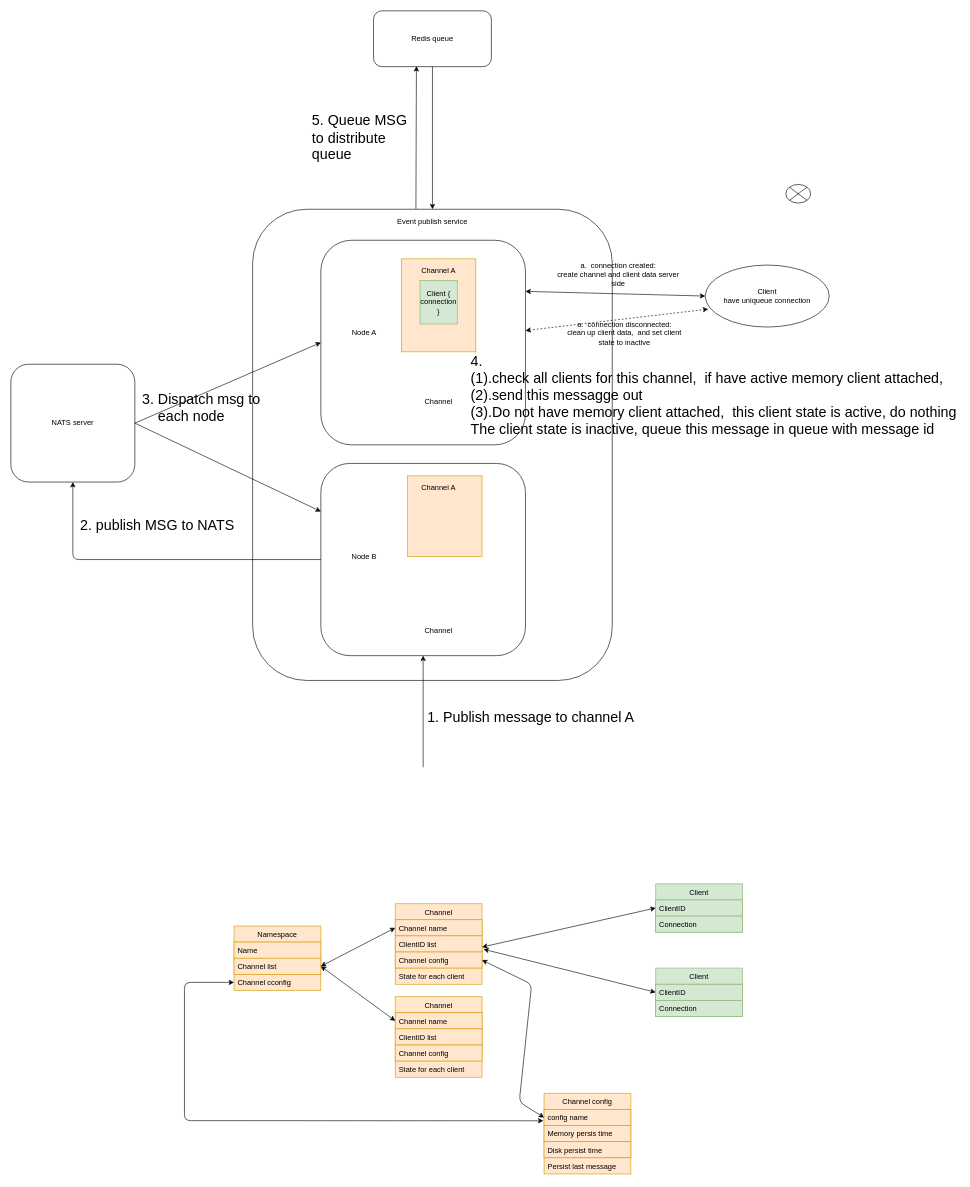
zhangwm1987/mydraw_io keeps this draw.io diagram as page "Push service" (4 of 4) of HP/whole_auth.drawio. Above is the earlier version. Source tidied: cells renumbered, new cells numbered last; positions are measured from the earlier drawing's top-left corner, leaving out a move shared by most shapes. Both pictures are drawn from the tidied source at 62%, with x=0, y=0 at pixel (11, 11).
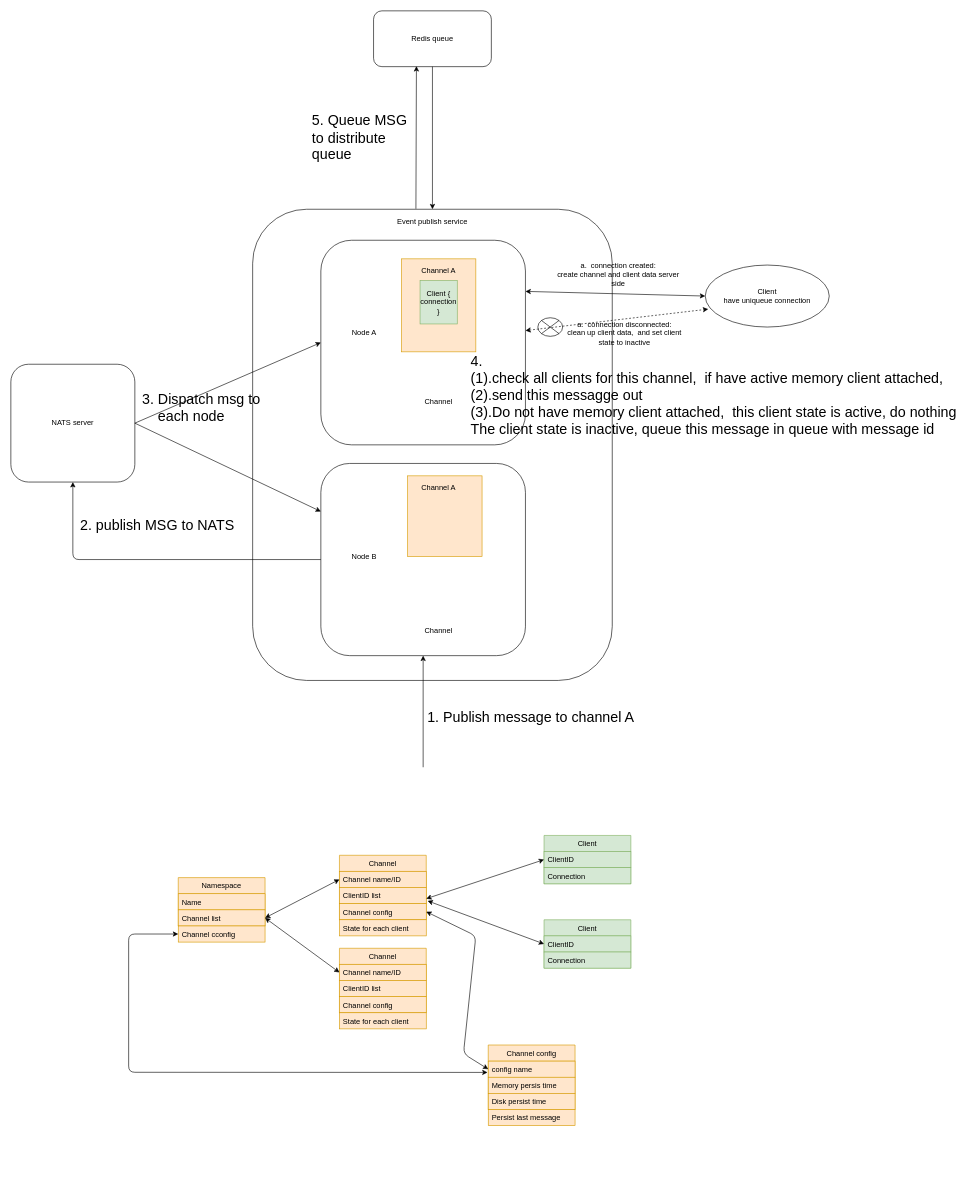
Above is the later version.

The change refers to these unchanged cells:
```xml
<mxCell id="15" value="Channel config&#10;" style="text;strokeColor=#d79b00;fillColor=#ffe6cc;align=left;verticalAlign=top;spacingLeft=4;spacingRight=4;overflow=hidden;points=[[0,0.5],[1,0.5]];portConstraint=eastwest;" parent="12" vertex="1">
  <mxGeometry y="78" width="140" height="26" as="geometry" />
</mxCell>
<mxCell id="20" value="config name" style="text;strokeColor=#d79b00;fillColor=#ffe6cc;align=left;verticalAlign=top;spacingLeft=4;spacingRight=4;overflow=hidden;points=[[0,0.5],[1,0.5]];portConstraint=eastwest;" parent="19" vertex="1">
  <mxGeometry y="26" width="140" height="26" as="geometry" />
</mxCell>
```

The edit, as a diff of the source:
```diff
@@
     <mxCell id="9" value="Client" style="swimlane;fontStyle=0;horizontal=1;startSize=26;fillColor=#d5e8d4;strokeColor=#82b366;" parent="1" vertex="1">
-      <mxGeometry x="1040" y="1408" width="140" height="78" as="geometry" />
+      <mxGeometry x="860" y="1330" width="140" height="78" as="geometry" />
     </mxCell>
@@
     <mxCell id="12" value="Channel" style="swimlane;fontStyle=0;horizontal=1;startSize=26;fillColor=#ffe6cc;strokeColor=#d79b00;" parent="1" vertex="1">
-      <mxGeometry x="620" y="1440" width="140" height="104" as="geometry" />
+      <mxGeometry x="530" y="1362" width="140" height="104" as="geometry" />
     </mxCell>
-    <mxCell id="13" value="Channel name" style="text;strokeColor=#d79b00;fillColor=#ffe6cc;align=left;verticalAlign=top;spacingLeft=4;spacingRight=4;overflow=hidden;points=[[0,0.5],[1,0.5]];portConstraint=eastwest;" parent="12" vertex="1">
+    <mxCell id="13" value="Channel name/ID" style="text;strokeColor=#d79b00;fillColor=#ffe6cc;align=left;verticalAlign=top;spacingLeft=4;spacingRight=4;overflow=hidden;points=[[0,0.5],[1,0.5]];portConstraint=eastwest;" parent="12" vertex="1">
       <mxGeometry y="26" width="140" height="26" as="geometry" />
     </mxCell>
@@
     <mxCell id="16" value="Client" style="swimlane;fontStyle=0;horizontal=1;startSize=26;fillColor=#d5e8d4;strokeColor=#82b366;" parent="1" vertex="1">
-      <mxGeometry x="1040" y="1544" width="140" height="78" as="geometry" />
+      <mxGeometry x="860" y="1466" width="140" height="78" as="geometry" />
     </mxCell>
@@
     <mxCell id="19" value="Channel config" style="swimlane;fontStyle=0;horizontal=1;startSize=26;fillColor=#ffe6cc;strokeColor=#d79b00;" parent="1" vertex="1">
-      <mxGeometry x="860" y="1746" width="140" height="104" as="geometry" />
+      <mxGeometry x="770" y="1668" width="140" height="104" as="geometry" />
     </mxCell>
@@
     <mxCell id="23" value="Namespace" style="swimlane;fontStyle=0;horizontal=1;startSize=26;fillColor=#ffe6cc;strokeColor=#d79b00;" parent="1" vertex="1">
-      <mxGeometry x="360" y="1476" width="140" height="78" as="geometry" />
+      <mxGeometry x="270" y="1398" width="140" height="78" as="geometry" />
     </mxCell>
@@
     <mxCell id="26" value="Channel" style="swimlane;fontStyle=0;horizontal=1;startSize=26;fillColor=#ffe6cc;strokeColor=#d79b00;" parent="1" vertex="1">
-      <mxGeometry x="620" y="1590" width="140" height="104" as="geometry" />
+      <mxGeometry x="530" y="1512" width="140" height="104" as="geometry" />
     </mxCell>
-    <mxCell id="27" value="Channel name" style="text;strokeColor=#d79b00;fillColor=#ffe6cc;align=left;verticalAlign=top;spacingLeft=4;spacingRight=4;overflow=hidden;points=[[0,0.5],[1,0.5]];portConstraint=eastwest;" parent="26" vertex="1">
+    <mxCell id="27" value="Channel name/ID" style="text;strokeColor=#d79b00;fillColor=#ffe6cc;align=left;verticalAlign=top;spacingLeft=4;spacingRight=4;overflow=hidden;points=[[0,0.5],[1,0.5]];portConstraint=eastwest;" parent="26" vertex="1">
       <mxGeometry y="26" width="140" height="26" as="geometry" />
     </mxCell>
@@
     <mxCell id="34" style="endArrow=classic;startArrow=classic;html=1;entryX=0;entryY=0.5;entryDx=0;entryDy=0;exitX=1;exitY=0.5;exitDx=0;exitDy=0;" parent="1" edge="1" source="15" target="20">
       <mxGeometry relative="1" as="geometry">
         <Array as="points">
-          <mxPoint x="840" y="1570" />
-          <mxPoint x="820" y="1760" />
+          <mxPoint x="750" y="1492" />
+          <mxPoint x="730" y="1682" />
         </Array>
       </mxGeometry>
     </mxCell>
     <mxCell id="35" value="Persist last message" style="text;strokeColor=#d79b00;fillColor=#ffe6cc;align=left;verticalAlign=top;spacingLeft=4;spacingRight=4;overflow=hidden;" parent="1" vertex="1">
-      <mxGeometry x="860" y="1850" width="140" height="26" as="geometry" />
+      <mxGeometry x="770" y="1772" width="140" height="26" as="geometry" />
     </mxCell>
@@
     <mxCell id="55" value="State for each client" style="text;strokeColor=#d79b00;fillColor=#ffe6cc;align=left;verticalAlign=top;spacingLeft=4;spacingRight=4;overflow=hidden;" parent="1" vertex="1">
-      <mxGeometry x="620" y="1544" width="140" height="26" as="geometry" />
+      <mxGeometry x="530" y="1466" width="140" height="26" as="geometry" />
     </mxCell>
     <mxCell id="56" value="State for each client" style="text;strokeColor=#d79b00;fillColor=#ffe6cc;align=left;verticalAlign=top;spacingLeft=4;spacingRight=4;overflow=hidden;" parent="1" vertex="1">
-      <mxGeometry x="620" y="1694" width="140" height="26" as="geometry" />
+      <mxGeometry x="530" y="1616" width="140" height="26" as="geometry" />
     </mxCell>
@@
     <mxCell id="59" style="verticalLabelPosition=bottom;verticalAlign=top;html=1;shape=mxgraph.flowchart.or;" parent="1" vertex="1">
-      <mxGeometry x="1250" y="280" width="40" height="30" as="geometry" />
+      <mxGeometry x="850" y="495" width="40" height="30" as="geometry" />
     </mxCell>
@@
     <mxCell id="63" value="Channel cconfig" style="text;strokeColor=#d79b00;fillColor=#ffe6cc;align=left;verticalAlign=top;spacingLeft=4;spacingRight=4;overflow=hidden;points=[[0,0.5],[1,0.5]];portConstraint=eastwest;" parent="1" vertex="1">
-      <mxGeometry x="360" y="1554" width="140" height="26" as="geometry" />
+      <mxGeometry x="270" y="1476" width="140" height="26" as="geometry" />
     </mxCell>
     <mxCell id="64" style="endArrow=classic;startArrow=classic;html=1;entryX=0;entryY=0.5;entryDx=0;entryDy=0;exitX=-0.008;exitY=0.7;exitDx=0;exitDy=0;exitPerimeter=0;" parent="1" edge="1" source="20" target="63">
       <mxGeometry relative="1" as="geometry">
         <Array as="points">
-          <mxPoint x="280" y="1790" />
-          <mxPoint x="280" y="1567" />
+          <mxPoint x="190" y="1712" />
+          <mxPoint x="190" y="1489" />
         </Array>
       </mxGeometry>
     </mxCell>
```
